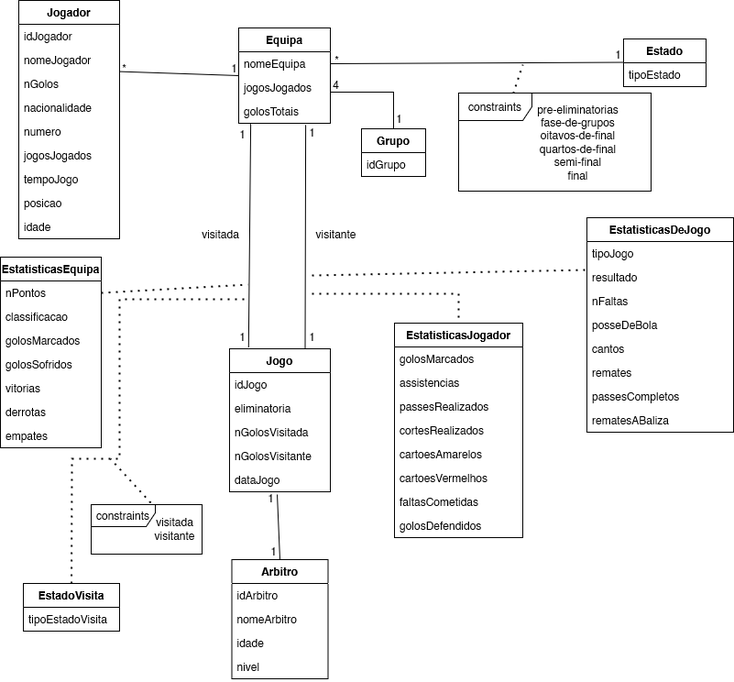
Above: diagrama bonito.drawio.png in dratomitoma/BD (draw.io), before the change. Source tidied: cells renumbered, new cells last; positions are measured from the earlier drawing's top-left corner, leaving out a move shared by most shapes.
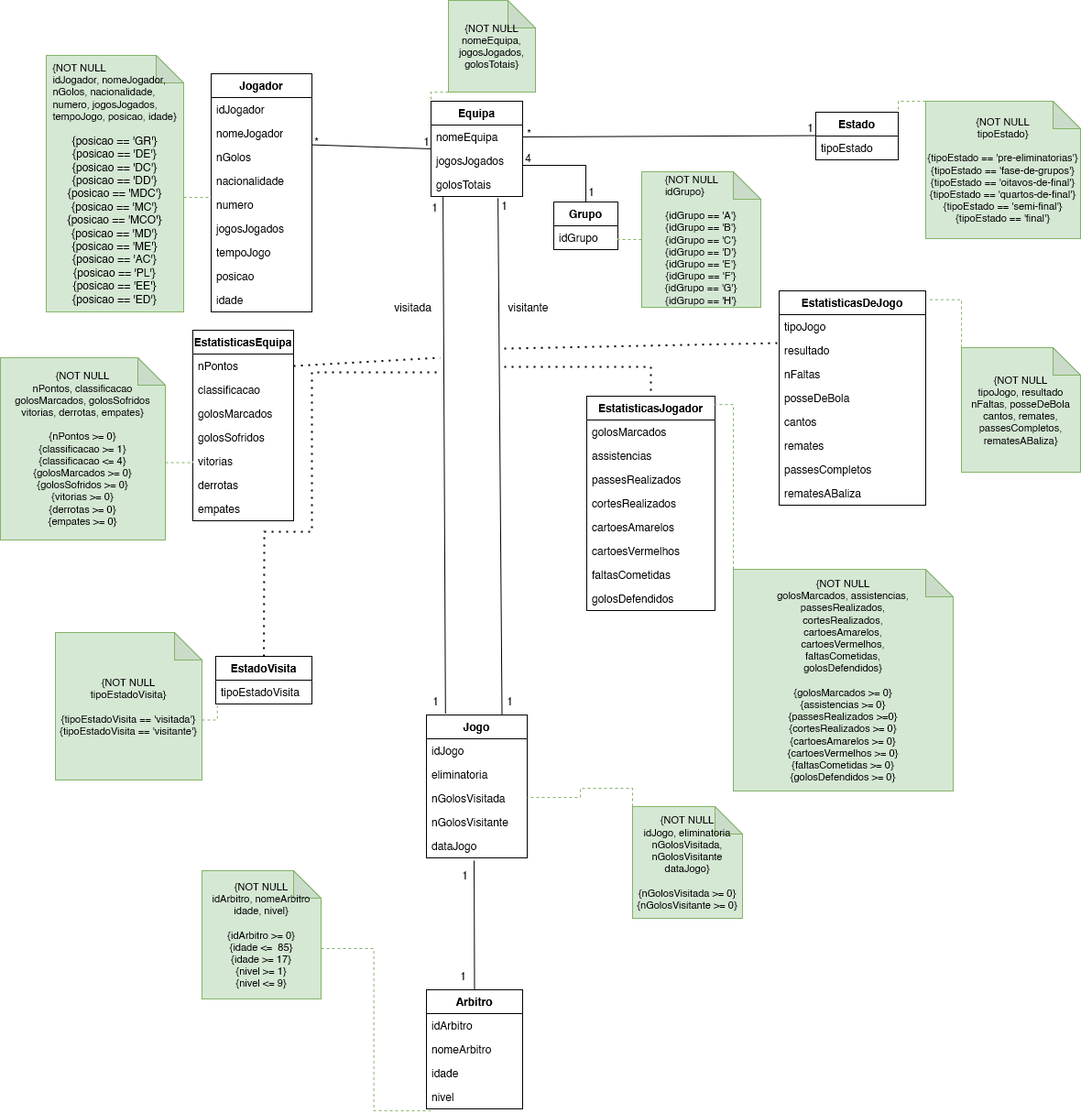
Above is the later version.

Diff of the diagram source:
```diff
@@ -48,7 +48,7 @@
       <mxGeometry relative="1" as="geometry" />
     </mxCell>
     <mxCell id="17" value="Jogo" style="swimlane;fontStyle=1;align=center;verticalAlign=top;horizontal=1;startSize=26;" parent="1" vertex="1">
-      <mxGeometry x="250" y="380" width="110" height="156" as="geometry" />
+      <mxGeometry x="255" y="700" width="110" height="156" as="geometry" />
     </mxCell>
     <mxCell id="18" value="idJogo" style="text;strokeColor=none;fillColor=none;align=left;verticalAlign=top;spacingLeft=4;spacingRight=4;overflow=hidden;" parent="17" vertex="1">
       <mxGeometry y="26" width="110" height="26" as="geometry" />
@@ -135,17 +135,6 @@
         </Array>
       </mxGeometry>
     </mxCell>
-    <mxCell id="44" value="constraints" style="shape=umlFrame;whiteSpace=wrap;html=1;width=80;height=30;" parent="1" vertex="1">
-      <mxGeometry x="500" y="101" width="210" height="107" as="geometry" />
-    </mxCell>
-    <mxCell id="45" value="&lt;div&gt;pre-eliminatorias&lt;br&gt;&lt;/div&gt;&lt;div&gt;fase-de-grupos&lt;/div&gt;&lt;div&gt;oitavos-de-final&lt;/div&gt;&lt;div&gt;quartos-de-final&lt;/div&gt;&lt;div&gt;semi-final&lt;br&gt;&lt;/div&gt;&lt;div&gt;final&lt;br&gt;&lt;/div&gt;" style="text;html=1;align=center;verticalAlign=middle;strokeColor=none;fillColor=none;" parent="1" vertex="1">
-      <mxGeometry x="575" y="104.5" width="110" height="100" as="geometry" />
-    </mxCell>
-    <mxCell id="46" style="endArrow=none;dashed=1;html=1;dashPattern=1 3;strokeWidth=2;rounded=0;exitX=0.284;exitY=0.004;exitDx=0;exitDy=0;exitPerimeter=0;" parent="1" edge="1" source="44">
-      <mxGeometry relative="1" as="geometry">
-        <mxPoint x="570" y="70" as="targetPoint" />
-      </mxGeometry>
-    </mxCell>
     <mxCell id="47" value="*" style="text;html=1;align=center;verticalAlign=middle;strokeColor=none;fillColor=none;" parent="1" vertex="1">
       <mxGeometry x="352" y="50" width="30" height="30" as="geometry" />
     </mxCell>
@@ -165,11 +154,8 @@
       <mxGeometry x="325" y="129" width="30" height="30" as="geometry" />
     </mxCell>
     <mxCell id="53" value="1" style="text;html=1;align=center;verticalAlign=middle;strokeColor=none;fillColor=none;" parent="1" vertex="1">
-      <mxGeometry x="249" y="352" width="30" height="30" as="geometry" />
+      <mxGeometry x="250" y="670" width="30" height="30" as="geometry" />
     </mxCell>
-    <mxCell id="54" value="1" style="text;html=1;align=center;verticalAlign=middle;strokeColor=none;fillColor=none;" parent="1" vertex="1">
-      <mxGeometry x="325" y="352" width="30" height="30" as="geometry" />
-    </mxCell>
     <mxCell id="55" value="EstatisticasDeJogo" style="swimlane;fontStyle=1;align=center;verticalAlign=top;horizontal=1;startSize=26;" parent="1" vertex="1">
       <mxGeometry x="640" y="237" width="160" height="234" as="geometry" />
     </mxCell>
@@ -238,7 +224,7 @@
       </mxGeometry>
     </mxCell>
     <mxCell id="75" value="Arbitro" style="swimlane;fontStyle=1;align=center;verticalAlign=top;horizontal=1;startSize=26;" parent="1" vertex="1">
-      <mxGeometry x="252.5" y="610" width="105" height="130" as="geometry" />
+      <mxGeometry x="255" y="1000" width="105" height="130" as="geometry" />
     </mxCell>
     <mxCell id="76" value="idArbitro" style="text;strokeColor=none;fillColor=none;align=left;verticalAlign=top;spacingLeft=4;spacingRight=4;overflow=hidden;" parent="75" vertex="1">
       <mxGeometry y="26" width="105" height="26" as="geometry" />
@@ -256,10 +242,10 @@
       <mxGeometry relative="1" as="geometry" />
     </mxCell>
     <mxCell id="81" value="1" style="text;html=1;align=center;verticalAlign=middle;strokeColor=none;fillColor=none;" parent="1" vertex="1">
-      <mxGeometry x="280" y="528" width="30" height="30" as="geometry" />
+      <mxGeometry x="331" y="670" width="30" height="30" as="geometry" />
     </mxCell>
     <mxCell id="82" value="1" style="text;html=1;align=center;verticalAlign=middle;strokeColor=none;fillColor=none;" parent="1" vertex="1">
-      <mxGeometry x="283" y="586" width="30" height="30" as="geometry" />
+      <mxGeometry x="280" y="970" width="30" height="30" as="geometry" />
     </mxCell>
     <mxCell id="83" value="EstadoVisita" style="swimlane;fontStyle=1;align=center;verticalAlign=top;horizontal=1;startSize=26;" parent="1" vertex="1">
       <mxGeometry x="25" y="636" width="105" height="52" as="geometry" />
@@ -278,16 +264,76 @@
         </Array>
       </mxGeometry>
     </mxCell>
-    <mxCell id="86" value="constraints" style="shape=umlFrame;whiteSpace=wrap;html=1;width=70;height=24;" parent="1" vertex="1">
-      <mxGeometry x="99" y="550" width="121" height="54" as="geometry" />
-    </mxCell>
-    <mxCell id="87" value="visitada&lt;br&gt;visitante" style="text;html=1;align=center;verticalAlign=middle;strokeColor=none;fillColor=none;" parent="1" vertex="1">
-      <mxGeometry x="155" y="557" width="70" height="40" as="geometry" />
-    </mxCell>
-    <mxCell id="88" style="endArrow=none;dashed=1;html=1;dashPattern=1 3;strokeWidth=2;rounded=0;exitX=0.537;exitY=-0.037;exitDx=0;exitDy=0;exitPerimeter=0;" parent="1" edge="1" source="86">
-      <mxGeometry relative="1" as="geometry">
-        <mxPoint x="120" y="500" as="targetPoint" />
-      </mxGeometry>
-    </mxCell>
+    <mxCell id="89" style="edgeStyle=orthogonalEdgeStyle;rounded=0;jettySize=auto;html=1;exitX=0;exitY=0;exitDx=150;exitDy=155;exitPerimeter=0;entryX=0.011;entryY=0.185;entryDx=0;entryDy=0;entryPerimeter=0;dashed=1;fontSize=11;endArrow=none;endFill=0;fillColor=#d5e8d4;strokeColor=#82b366;" parent="1" edge="1" source="90" target="11">
+      <mxGeometry relative="1" as="geometry" />
+    </mxCell>
+    <mxCell id="90" value="&lt;div style=&quot;text-align: left; font-size: 11px;&quot;&gt;&lt;span style=&quot;background-color: initial;&quot;&gt;&lt;font style=&quot;font-size: 11px;&quot;&gt;{NOT NULL&lt;/font&gt;&lt;/span&gt;&lt;/div&gt;&lt;font style=&quot;font-size: 11px;&quot;&gt;&lt;span style=&quot;&quot;&gt;&lt;div style=&quot;text-align: left;&quot;&gt;&lt;span style=&quot;background-color: initial;&quot;&gt;idJogador,&amp;nbsp;&lt;/span&gt;&lt;span style=&quot;background-color: initial;&quot;&gt;nomeJogador,&lt;/span&gt;&lt;/div&gt;&lt;/span&gt;&lt;span style=&quot;&quot;&gt;&lt;div style=&quot;text-align: left;&quot;&gt;&lt;span style=&quot;background-color: initial;&quot;&gt;nGolos,&amp;nbsp;&lt;/span&gt;&lt;span style=&quot;background-color: initial;&quot;&gt;nacionalidade,&lt;/span&gt;&lt;/div&gt;&lt;/span&gt;&lt;span style=&quot;&quot;&gt;&lt;div style=&quot;text-align: left;&quot;&gt;&lt;span style=&quot;background-color: initial;&quot;&gt;numero,&amp;nbsp;&lt;/span&gt;&lt;span style=&quot;background-color: initial;&quot;&gt;jogosJogados,&lt;/span&gt;&lt;/div&gt;&lt;/span&gt;&lt;span style=&quot;&quot;&gt;&lt;div style=&quot;text-align: left;&quot;&gt;&lt;span style=&quot;background-color: initial;&quot;&gt;tempoJogo,&amp;nbsp;&lt;/span&gt;&lt;span style=&quot;background-color: initial;&quot;&gt;posicao,&amp;nbsp;&lt;/span&gt;&lt;span style=&quot;background-color: initial;&quot;&gt;idade&lt;/span&gt;&lt;span style=&quot;background-color: initial;&quot;&gt;}&lt;/span&gt;&lt;/div&gt;&lt;/span&gt;&lt;/font&gt;&lt;div style=&quot;text-align: left; font-size: 11px;&quot;&gt;&lt;br&gt;&lt;/div&gt;{posicao == 'GR'}&lt;br&gt;{posicao == 'DE'}&lt;br&gt;{posicao == 'DC'}&lt;br&gt;{posicao == 'DD'}&lt;br&gt;{posicao == 'MDC'}&lt;br&gt;{posicao == 'MC'}&lt;br&gt;{posicao == 'MCO'}&lt;br&gt;{posicao == 'MD'}&lt;br&gt;{posicao == 'ME'}&lt;br&gt;{posicao == 'AC'}&lt;br&gt;{posicao == 'PL'}&lt;br&gt;{posicao == 'EE'}&lt;br&gt;{posicao == 'ED'}" style="shape=note;whiteSpace=wrap;html=1;backgroundOutline=1;darkOpacity=0.05;fillColor=#d5e8d4;strokeColor=#82b366;" parent="1" vertex="1">
+      <mxGeometry x="-160" y="-20" width="150" height="280" as="geometry" />
+    </mxCell>
+    <mxCell id="91" style="edgeStyle=orthogonalEdgeStyle;rounded=0;jettySize=auto;html=1;exitX=0;exitY=1;exitDx=0;exitDy=0;exitPerimeter=0;entryX=0;entryY=0;entryDx=0;entryDy=0;dashed=1;fontSize=11;endArrow=none;endFill=0;fillColor=#d5e8d4;strokeColor=#82b366;" parent="1" edge="1" source="92" target="2">
+      <mxGeometry relative="1" as="geometry" />
+    </mxCell>
+    <mxCell id="92" value="{NOT NULL&lt;br&gt;nomeEquipa, jogosJogados, golosTotais}" style="shape=note;whiteSpace=wrap;html=1;backgroundOutline=1;darkOpacity=0.05;fontSize=11;fillColor=#d5e8d4;strokeColor=#82b366;" parent="1" vertex="1">
+      <mxGeometry x="279" y="-80" width="95" height="100" as="geometry" />
+    </mxCell>
+    <mxCell id="93" style="edgeStyle=orthogonalEdgeStyle;rounded=0;jettySize=auto;html=1;exitX=0;exitY=0.5;exitDx=0;exitDy=0;exitPerimeter=0;entryX=1;entryY=0.5;entryDx=0;entryDy=0;dashed=1;fontSize=11;endArrow=none;endFill=0;fillColor=#d5e8d4;strokeColor=#82b366;" parent="1" edge="1" source="94" target="41">
+      <mxGeometry relative="1" as="geometry" />
+    </mxCell>
+    <mxCell id="94" value="&lt;div style=&quot;text-align: left;&quot;&gt;&lt;span style=&quot;background-color: initial;&quot;&gt;{NOT NULL&lt;/span&gt;&lt;/div&gt;&lt;div style=&quot;text-align: left;&quot;&gt;&lt;span style=&quot;background-color: initial;&quot;&gt;idGrupo}&lt;/span&gt;&lt;/div&gt;&lt;br&gt;{idGrupo == 'A'}&lt;br&gt;{idGrupo == 'B'}&lt;br&gt;{idGrupo == 'C'}&lt;br&gt;{idGrupo == 'D'}&lt;br&gt;{idGrupo == 'E'}&lt;br&gt;{idGrupo == 'F'}&lt;br&gt;{idGrupo == 'G'}&lt;br&gt;{idGrupo == 'H'}" style="shape=note;whiteSpace=wrap;html=1;backgroundOutline=1;darkOpacity=0.05;fontSize=11;fillColor=#d5e8d4;strokeColor=#82b366;" parent="1" vertex="1">
+      <mxGeometry x="490" y="107" width="130" height="148" as="geometry" />
+    </mxCell>
+    <mxCell id="95" style="edgeStyle=orthogonalEdgeStyle;rounded=0;jettySize=auto;html=1;exitX=0;exitY=0;exitDx=0;exitDy=0;exitPerimeter=0;entryX=1;entryY=0;entryDx=0;entryDy=0;dashed=1;fontSize=11;endArrow=none;endFill=0;fillColor=#d5e8d4;strokeColor=#82b366;" parent="1" edge="1" source="96" target="38">
+      <mxGeometry relative="1" as="geometry" />
+    </mxCell>
+    <mxCell id="96" value="{NOT NULL&lt;br&gt;tipoEstado}&lt;br&gt;&lt;br&gt;{tipoEstado == 'pre-eliminatorias'}&lt;br&gt;{tipoEstado == 'fase-de-grupos'}&lt;br&gt;{tipoEstado == 'oitavos-de-final'}&lt;br&gt;{tipoEstado == 'quartos-de-final'}&lt;br&gt;{tipoEstado == 'semi-final'}&lt;br&gt;{tipoEstado == 'final'}" style="shape=note;whiteSpace=wrap;html=1;backgroundOutline=1;darkOpacity=0.05;fontSize=11;fillColor=#d5e8d4;strokeColor=#82b366;" parent="1" vertex="1">
+      <mxGeometry x="800" y="30" width="169" height="150" as="geometry" />
+    </mxCell>
+    <mxCell id="97" style="edgeStyle=orthogonalEdgeStyle;rounded=0;jettySize=auto;html=1;exitX=0;exitY=0;exitDx=0;exitDy=0;exitPerimeter=0;entryX=1.013;entryY=0.041;entryDx=0;entryDy=0;entryPerimeter=0;dashed=1;fontSize=11;endArrow=none;endFill=0;fillColor=#d5e8d4;strokeColor=#82b366;" parent="1" edge="1" source="98" target="55">
+      <mxGeometry relative="1" as="geometry" />
+    </mxCell>
+    <mxCell id="98" value="{NOT NULL&lt;br&gt;tipoJogo, resultado&lt;br&gt;nFaltas, posseDeBola&lt;br&gt;cantos, remates,&lt;br&gt;passesCompletos,&lt;br&gt;rematesABaliza}" style="shape=note;whiteSpace=wrap;html=1;backgroundOutline=1;darkOpacity=0.05;fontSize=11;fillColor=#d5e8d4;strokeColor=#82b366;" parent="1" vertex="1">
+      <mxGeometry x="839" y="299" width="130" height="136" as="geometry" />
+    </mxCell>
+    <mxCell id="99" style="edgeStyle=orthogonalEdgeStyle;rounded=0;jettySize=auto;html=1;exitX=0;exitY=0;exitDx=0;exitDy=0;exitPerimeter=0;entryX=0.995;entryY=0.039;entryDx=0;entryDy=0;entryPerimeter=0;dashed=1;fontSize=11;endArrow=none;endFill=0;fillColor=#d5e8d4;strokeColor=#82b366;" parent="1" edge="1" source="100" target="65">
+      <mxGeometry relative="1" as="geometry" />
+    </mxCell>
+    <mxCell id="100" value="{NOT NULL&lt;br&gt;golosMarcados, assistencias,&lt;br&gt;passesRealizados,&lt;br&gt;cortesRealizados,&lt;br&gt;cartoesAmarelos,&lt;br&gt;cartoesVermelhos,&lt;br&gt;faltasCometidas,&lt;br&gt;golosDefendidos}&lt;br&gt;&lt;br&gt;{golosMarcados &amp;gt;= 0}&lt;br&gt;{assistencias &amp;gt;= 0}&lt;br&gt;{passesRealizados &amp;gt;=0}&lt;br&gt;{cortesRealizados &amp;gt;= 0}&lt;br&gt;{cartoesAmarelos &amp;gt;= 0}&lt;br&gt;{cartoesVermelhos &amp;gt;= 0}&lt;br&gt;{faltasCometidas &amp;gt;= 0}&lt;br&gt;{golosDefendidos &amp;gt;= 0}" style="shape=note;whiteSpace=wrap;html=1;backgroundOutline=1;darkOpacity=0.05;fontSize=11;fillColor=#d5e8d4;strokeColor=#82b366;" parent="1" vertex="1">
+      <mxGeometry x="590" y="541" width="240" height="242" as="geometry" />
+    </mxCell>
+    <mxCell id="101" style="edgeStyle=orthogonalEdgeStyle;rounded=0;jettySize=auto;html=1;exitX=0;exitY=0;exitDx=160;exitDy=95.5;exitPerimeter=0;entryX=0.016;entryY=1.087;entryDx=0;entryDy=0;entryPerimeter=0;dashed=1;fontSize=11;endArrow=none;endFill=0;fillColor=#d5e8d4;strokeColor=#82b366;" parent="1" edge="1" source="102" target="84">
+      <mxGeometry relative="1" as="geometry" />
+    </mxCell>
+    <mxCell id="102" value="{NOT NULL&lt;br&gt;tipoEstadoVisita}&lt;br&gt;&lt;br&gt;{tipoEstadoVisita == 'visitada'}&lt;br&gt;{tipoEstadoVisita == 'visitante'}" style="shape=note;whiteSpace=wrap;html=1;backgroundOutline=1;darkOpacity=0.05;fontSize=11;fillColor=#d5e8d4;strokeColor=#82b366;" parent="1" vertex="1">
+      <mxGeometry x="-150" y="610" width="160" height="161" as="geometry" />
+    </mxCell>
+    <mxCell id="103" style="edgeStyle=orthogonalEdgeStyle;rounded=0;jettySize=auto;html=1;exitX=0;exitY=0;exitDx=180;exitDy=114.5;exitPerimeter=0;entryX=0;entryY=0.5;entryDx=0;entryDy=0;dashed=1;fontSize=11;endArrow=none;endFill=0;fillColor=#d5e8d4;strokeColor=#82b366;" parent="1" edge="1" source="104" target="32">
+      <mxGeometry relative="1" as="geometry" />
+    </mxCell>
+    <mxCell id="104" value="{NOT NULL&lt;br&gt;nPontos, classificacao&lt;br&gt;golosMarcados, golosSofridos&lt;br&gt;vitorias, derrotas, empates}&lt;br&gt;&lt;br&gt;{nPontos &amp;gt;= 0}&lt;br&gt;{classificacao &amp;gt;= 1}&lt;br&gt;{classificacao &amp;lt;= 4}&lt;br&gt;{golosMarcados &amp;gt;= 0}&lt;br&gt;{golosSofridos &amp;gt;= 0}&lt;br&gt;{vitorias &amp;gt;= 0}&lt;br&gt;{derrotas &amp;gt;= 0}&lt;br&gt;{empates &amp;gt;= 0}" style="shape=note;whiteSpace=wrap;html=1;backgroundOutline=1;darkOpacity=0.05;fontSize=11;fillColor=#d5e8d4;strokeColor=#82b366;" parent="1" vertex="1">
+      <mxGeometry x="-210" y="310" width="180" height="199" as="geometry" />
+    </mxCell>
+    <mxCell id="105" style="edgeStyle=orthogonalEdgeStyle;rounded=0;jettySize=auto;html=1;exitX=0;exitY=0;exitDx=130;exitDy=85;exitPerimeter=0;entryX=0.065;entryY=1.08;entryDx=0;entryDy=0;entryPerimeter=0;dashed=1;fontSize=11;endArrow=none;endFill=0;fillColor=#d5e8d4;strokeColor=#82b366;" parent="1" edge="1" source="106" target="79">
+      <mxGeometry relative="1" as="geometry" />
+    </mxCell>
+    <mxCell id="106" value="{NOT NULL&lt;br&gt;idArbitro, nomeArbitro&lt;br&gt;idade, nivel}&lt;br&gt;&lt;br&gt;{idArbitro &amp;gt;= 0}&lt;br&gt;{idade &amp;lt;=&amp;nbsp; 85}&lt;br&gt;{idade &amp;gt;= 17}&lt;br&gt;{nivel &amp;gt;= 1}&lt;br&gt;{nivel &amp;lt;= 9}" style="shape=note;whiteSpace=wrap;html=1;backgroundOutline=1;darkOpacity=0.05;fontSize=11;fillColor=#d5e8d4;strokeColor=#82b366;" parent="1" vertex="1">
+      <mxGeometry x="10" y="870" width="130" height="140" as="geometry" />
+    </mxCell>
+    <mxCell id="107" style="edgeStyle=orthogonalEdgeStyle;rounded=0;jettySize=auto;html=1;exitX=0;exitY=0;exitDx=0;exitDy=0;exitPerimeter=0;fontSize=11;dashed=1;endArrow=none;endFill=0;fillColor=#d5e8d4;strokeColor=#82b366;" parent="1" edge="1" source="108">
+      <mxGeometry relative="1" as="geometry">
+        <mxPoint x="365" y="790" as="targetPoint" />
+        <Array as="points">
+          <mxPoint x="480" y="780" />
+          <mxPoint x="423" y="780" />
+          <mxPoint x="423" y="790" />
+          <mxPoint x="365" y="790" />
+        </Array>
+      </mxGeometry>
+    </mxCell>
+    <mxCell id="108" value="{NOT NULL&lt;br&gt;idJogo, eliminatoria&lt;br&gt;nGolosVisitada,&lt;br&gt;nGolosVisitante&lt;br&gt;dataJogo}&lt;br&gt;&lt;br&gt;{nGolosVisitada &amp;gt;= 0}&lt;br&gt;{nGolosVisitante &amp;gt;= 0}" style="shape=note;whiteSpace=wrap;html=1;backgroundOutline=1;darkOpacity=0.05;fontSize=11;fillColor=#d5e8d4;strokeColor=#82b366;" parent="1" vertex="1">
+      <mxGeometry x="480" y="800" width="120" height="122" as="geometry" />
+    </mxCell>
+    <mxCell id="54" value="1" style="text;html=1;align=center;verticalAlign=middle;strokeColor=none;fillColor=none;" parent="1" vertex="1">
+      <mxGeometry x="242" y="860" width="110" height="30" as="geometry" />
+    </mxCell>
   </root>
 </mxGraphModel>
```
